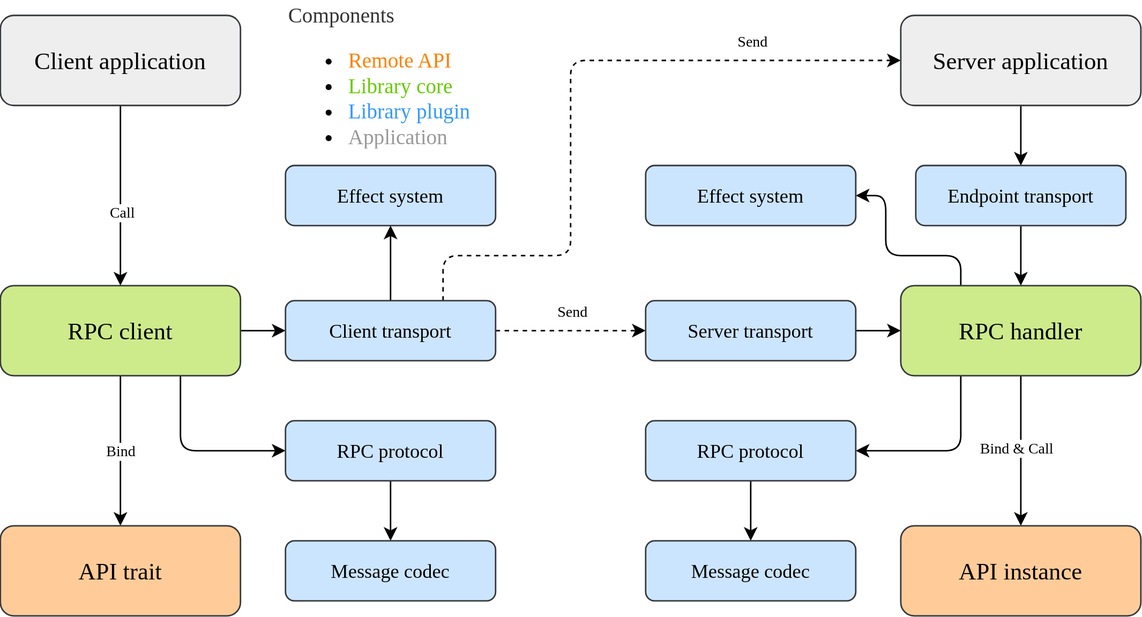
The draw.io diagram doc/images/architecture.svg in martin-ockajak/automorph, before a commit. Source tidied: cells renumbered, new cells last; positions are measured from the earlier drawing's top-left corner, leaving out a move shared by most shapes.
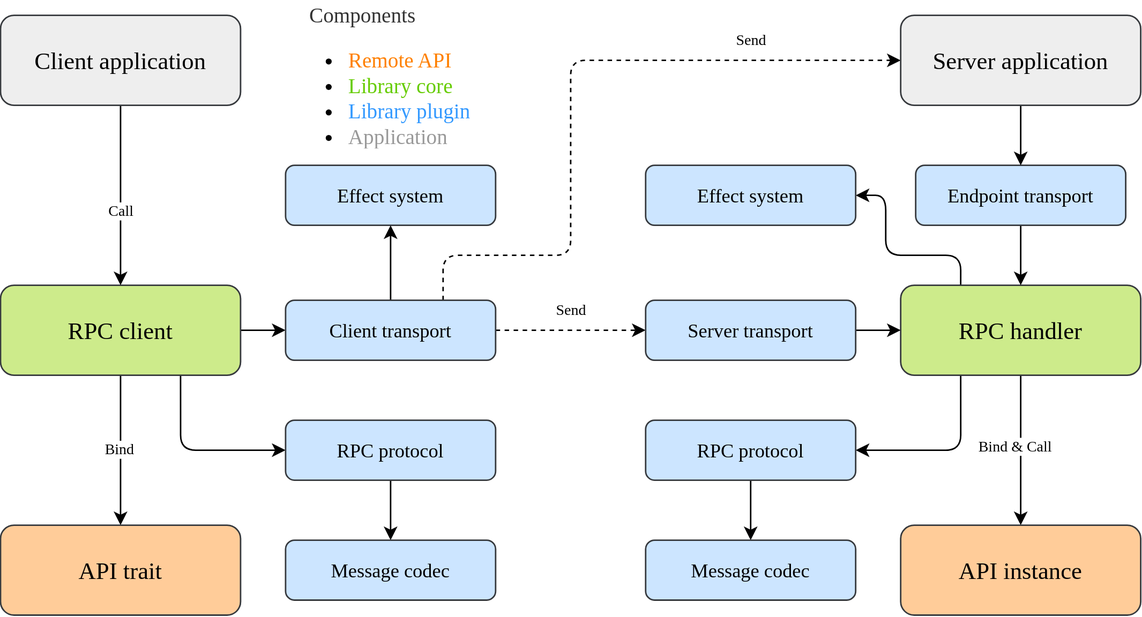
Later version of the same file.

The edit, as a diff of the source:
```diff
@@ -134,7 +134,7 @@
         <mxPoint x="-10" y="6" as="offset" />
       </mxGeometry>
     </mxCell>
-    <mxCell id="36" value="&lt;div style=&quot;font-size: 14px&quot;&gt;&lt;font color=&quot;#333333&quot;&gt;Components&lt;/font&gt;&lt;/div&gt;&lt;ul style=&quot;font-size: 14px&quot;&gt;&lt;li&gt;&lt;font color=&quot;#ff8000&quot;&gt;Remote API&lt;/font&gt;&lt;/li&gt;&lt;li&gt;&lt;font color=&quot;#66cc00&quot;&gt;Library core&lt;/font&gt;&lt;/li&gt;&lt;li&gt;&lt;font style=&quot;font-size: 14px&quot; color=&quot;#3399ff&quot;&gt;Library plugin&lt;/font&gt;&lt;/li&gt;&lt;li&gt;&lt;font style=&quot;font-size: 14px&quot; color=&quot;#999999&quot;&gt;Application&lt;/font&gt;&lt;/li&gt;&lt;/ul&gt;" style="text;strokeColor=none;fillColor=none;html=1;whiteSpace=wrap;verticalAlign=middle;overflow=hidden;fontFamily=Verdana;fontSize=12;align=left;" parent="1" vertex="1">
+    <mxCell id="36" value="&lt;div style=&quot;font-size: 14px&quot;&gt;&lt;font color=&quot;#333333&quot;&gt;&amp;nbsp; &amp;nbsp; Components&lt;/font&gt;&lt;/div&gt;&lt;ul style=&quot;font-size: 14px&quot;&gt;&lt;li&gt;&lt;font color=&quot;#ff8000&quot;&gt;Remote API&lt;/font&gt;&lt;/li&gt;&lt;li&gt;&lt;font color=&quot;#66cc00&quot;&gt;Library core&lt;/font&gt;&lt;/li&gt;&lt;li&gt;&lt;font style=&quot;font-size: 14px&quot; color=&quot;#3399ff&quot;&gt;Library plugin&lt;/font&gt;&lt;/li&gt;&lt;li&gt;&lt;font style=&quot;font-size: 14px&quot; color=&quot;#999999&quot;&gt;Application&lt;/font&gt;&lt;/li&gt;&lt;/ul&gt;" style="text;strokeColor=none;fillColor=none;html=1;whiteSpace=wrap;verticalAlign=middle;overflow=hidden;fontFamily=Verdana;fontSize=12;align=left;" parent="1" vertex="1">
       <mxGeometry x="190" width="185" height="100" as="geometry" />
     </mxCell>
     <mxCell id="37" value="&lt;font style=&quot;font-size: 13px;&quot;&gt;Message codec&lt;/font&gt;" style="rounded=1;whiteSpace=wrap;html=1;fillColor=#cce5ff;strokeColor=#36393d;fontFamily=Verdana;fontSize=13;" parent="1" vertex="1">
```
